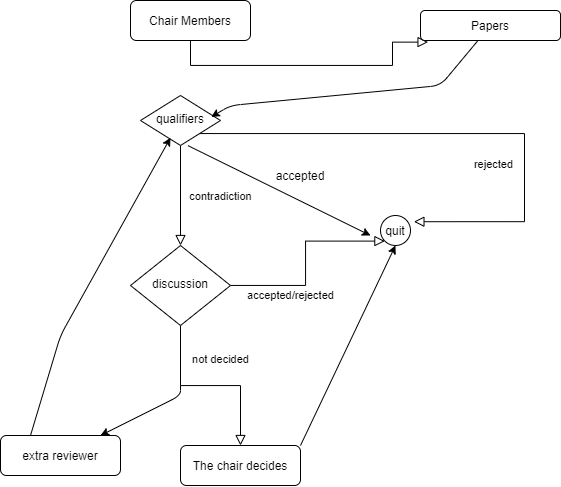
Before: doc/State machine diagrams/StateMachineDiagram_EvaluatePapers.png, a diagram exported from draw.io (IcerOut/RedSnakes). Source tidied: cells renumbered, new cells last; positions are measured from the earlier drawing's top-left corner, leaving out a move shared by most shapes. Source of this version:
```xml
<mxGraphModel>
  <root>
    <mxCell id="0" />
    <mxCell id="1" parent="0" />
    <mxCell id="2" style="rounded=0;html=1;jettySize=auto;fontSize=11;endArrow=block;endFill=0;endSize=8;strokeWidth=1;shadow=0;labelBackgroundColor=none;edgeStyle=orthogonalEdgeStyle;entryX=0.054;entryY=1.053;entryDx=0;entryDy=0;entryPerimeter=0;" parent="1" edge="1" source="3" target="11">
      <mxGeometry relative="1" as="geometry">
        <Array as="points">
          <mxPoint x="190" y="65" />
          <mxPoint x="392" y="65" />
        </Array>
      </mxGeometry>
    </mxCell>
    <mxCell id="3" value="Chair Members" style="rounded=1;whiteSpace=wrap;html=1;fontSize=12;glass=0;strokeWidth=1;shadow=0;" parent="1" vertex="1">
      <mxGeometry x="130" width="120" height="40" as="geometry" />
    </mxCell>
    <mxCell id="4" value="contradiction" style="rounded=0;html=1;jettySize=auto;fontSize=11;endArrow=block;endFill=0;endSize=8;strokeWidth=1;shadow=0;labelBackgroundColor=none;edgeStyle=orthogonalEdgeStyle;" parent="1" edge="1" source="6" target="9">
      <mxGeometry y="40" relative="1" as="geometry" />
    </mxCell>
    <mxCell id="5" value="rejected" style="edgeStyle=orthogonalEdgeStyle;rounded=0;html=1;jettySize=auto;fontSize=11;endArrow=block;endFill=0;endSize=8;strokeWidth=1;shadow=0;labelBackgroundColor=none;entryX=1.113;entryY=0.207;entryDx=0;entryDy=0;entryPerimeter=0;" parent="1" edge="1" source="6" target="14">
      <mxGeometry x="0.12" y="-30" relative="1" as="geometry">
        <Array as="points">
          <mxPoint x="524" y="133" />
          <mxPoint x="524" y="221" />
        </Array>
        <mxPoint y="1" as="offset" />
      </mxGeometry>
    </mxCell>
    <mxCell id="6" value="qualifiers" style="rhombus;whiteSpace=wrap;html=1;shadow=0;fontFamily=Helvetica;fontSize=12;align=center;strokeWidth=1;spacing=6;spacingTop=-4;" parent="1" vertex="1">
      <mxGeometry x="140" y="95" width="80" height="50" as="geometry" />
    </mxCell>
    <mxCell id="7" value="not decided" style="rounded=0;html=1;jettySize=auto;fontSize=11;endArrow=block;endFill=0;endSize=8;strokeWidth=1;shadow=0;labelBackgroundColor=none;edgeStyle=orthogonalEdgeStyle;" parent="1" edge="1" source="9" target="10">
      <mxGeometry x="-0.62" y="40" relative="1" as="geometry" />
    </mxCell>
    <mxCell id="8" value="accepted/rejected" style="edgeStyle=orthogonalEdgeStyle;rounded=0;html=1;jettySize=auto;fontSize=11;endArrow=block;endFill=0;endSize=8;strokeWidth=1;shadow=0;labelBackgroundColor=none;entryX=0;entryY=1;entryDx=0;entryDy=0;" parent="1" edge="1" source="9" target="14">
      <mxGeometry x="-0.4" y="-10" relative="1" as="geometry" />
    </mxCell>
    <mxCell id="9" value="discussion" style="rhombus;whiteSpace=wrap;html=1;shadow=0;fontFamily=Helvetica;fontSize=12;align=center;strokeWidth=1;spacing=6;spacingTop=-4;" parent="1" vertex="1">
      <mxGeometry x="130" y="245" width="100" height="80" as="geometry" />
    </mxCell>
    <mxCell id="10" value="The chair decides" style="rounded=1;whiteSpace=wrap;html=1;fontSize=12;glass=0;strokeWidth=1;shadow=0;" parent="1" vertex="1">
      <mxGeometry x="180" y="445" width="120" height="40" as="geometry" />
    </mxCell>
    <mxCell id="11" value="Papers" style="rounded=1;whiteSpace=wrap;html=1;" parent="1" vertex="1">
      <mxGeometry x="420" y="10" width="140" height="30" as="geometry" />
    </mxCell>
    <mxCell id="12" style="endArrow=classic;html=1;entryX=0.885;entryY=0.428;entryDx=0;entryDy=0;entryPerimeter=0;" parent="1" edge="1" source="11" target="6">
      <mxGeometry relative="1" as="geometry">
        <Array as="points">
          <mxPoint x="440" y="85" />
          <mxPoint x="230" y="105" />
        </Array>
      </mxGeometry>
    </mxCell>
    <mxCell id="13" style="endArrow=classic;html=1;exitX=0.595;exitY=1.004;exitDx=0;exitDy=0;exitPerimeter=0;" parent="1" edge="1" source="6">
      <mxGeometry relative="1" as="geometry">
        <mxPoint x="370" y="235" as="targetPoint" />
      </mxGeometry>
    </mxCell>
    <mxCell id="14" value="quit" style="ellipse;whiteSpace=wrap;html=1;" parent="1" vertex="1">
      <mxGeometry x="380" y="215" width="30" height="30" as="geometry" />
    </mxCell>
    <mxCell id="15" value="accepted" style="text;html=1;strokeColor=none;fillColor=none;align=center;verticalAlign=middle;whiteSpace=wrap;rounded=0;" parent="1" vertex="1">
      <mxGeometry x="280" y="165" width="40" height="20" as="geometry" />
    </mxCell>
    <mxCell id="16" style="endArrow=classic;html=1;exitX=1;exitY=0;exitDx=0;exitDy=0;entryX=0.5;entryY=1;entryDx=0;entryDy=0;" parent="1" edge="1" source="10" target="14">
      <mxGeometry relative="1" as="geometry" />
    </mxCell>
    <mxCell id="17" value="extra reviewer" style="rounded=1;whiteSpace=wrap;html=1;" parent="1" vertex="1">
      <mxGeometry y="435" width="120" height="40" as="geometry" />
    </mxCell>
    <mxCell id="18" style="endArrow=classic;html=1;" parent="1" edge="1" target="17">
      <mxGeometry relative="1" as="geometry">
        <mxPoint x="180" y="385" as="sourcePoint" />
        <Array as="points">
          <mxPoint x="180" y="395" />
        </Array>
      </mxGeometry>
    </mxCell>
    <mxCell id="19" style="endArrow=classic;html=1;exitX=0.25;exitY=0;exitDx=0;exitDy=0;entryX=0.375;entryY=0.844;entryDx=0;entryDy=0;entryPerimeter=0;" parent="1" edge="1" source="17" target="6">
      <mxGeometry relative="1" as="geometry">
        <Array as="points">
          <mxPoint x="60" y="335" />
        </Array>
      </mxGeometry>
    </mxCell>
  </root>
</mxGraphModel>
```
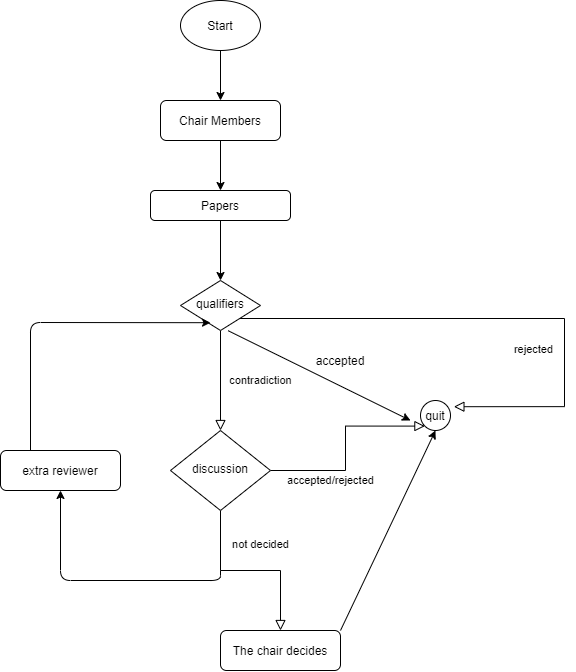
Later version of the same file.

Commit message:
modified state machine diagrams

The edit, as a diff of the source:
```diff
@@ -2,16 +2,8 @@
   <root>
     <mxCell id="0" />
     <mxCell id="1" parent="0" />
-    <mxCell id="2" style="rounded=0;html=1;jettySize=auto;fontSize=11;endArrow=block;endFill=0;endSize=8;strokeWidth=1;shadow=0;labelBackgroundColor=none;edgeStyle=orthogonalEdgeStyle;entryX=0.054;entryY=1.053;entryDx=0;entryDy=0;entryPerimeter=0;" parent="1" edge="1" source="3" target="11">
-      <mxGeometry relative="1" as="geometry">
-        <Array as="points">
-          <mxPoint x="190" y="65" />
-          <mxPoint x="392" y="65" />
-        </Array>
-      </mxGeometry>
-    </mxCell>
     <mxCell id="3" value="Chair Members" style="rounded=1;whiteSpace=wrap;html=1;fontSize=12;glass=0;strokeWidth=1;shadow=0;" parent="1" vertex="1">
-      <mxGeometry x="130" width="120" height="40" as="geometry" />
+      <mxGeometry x="120" y="-85" width="120" height="40" as="geometry" />
     </mxCell>
     <mxCell id="4" value="contradiction" style="rounded=0;html=1;jettySize=auto;fontSize=11;endArrow=block;endFill=0;endSize=8;strokeWidth=1;shadow=0;labelBackgroundColor=none;edgeStyle=orthogonalEdgeStyle;" parent="1" edge="1" source="6" target="9">
       <mxGeometry y="40" relative="1" as="geometry" />
@@ -41,16 +33,8 @@
       <mxGeometry x="180" y="445" width="120" height="40" as="geometry" />
     </mxCell>
     <mxCell id="11" value="Papers" style="rounded=1;whiteSpace=wrap;html=1;" parent="1" vertex="1">
-      <mxGeometry x="420" y="10" width="140" height="30" as="geometry" />
+      <mxGeometry x="110" y="5" width="140" height="30" as="geometry" />
     </mxCell>
-    <mxCell id="12" style="endArrow=classic;html=1;entryX=0.885;entryY=0.428;entryDx=0;entryDy=0;entryPerimeter=0;" parent="1" edge="1" source="11" target="6">
-      <mxGeometry relative="1" as="geometry">
-        <Array as="points">
-          <mxPoint x="440" y="85" />
-          <mxPoint x="230" y="105" />
-        </Array>
-      </mxGeometry>
-    </mxCell>
     <mxCell id="13" style="endArrow=classic;html=1;exitX=0.595;exitY=1.004;exitDx=0;exitDy=0;exitPerimeter=0;" parent="1" edge="1" source="6">
       <mxGeometry relative="1" as="geometry">
         <mxPoint x="370" y="235" as="targetPoint" />
@@ -66,22 +50,37 @@
       <mxGeometry relative="1" as="geometry" />
     </mxCell>
     <mxCell id="17" value="extra reviewer" style="rounded=1;whiteSpace=wrap;html=1;" parent="1" vertex="1">
-      <mxGeometry y="435" width="120" height="40" as="geometry" />
+      <mxGeometry x="-40" y="265" width="120" height="40" as="geometry" />
     </mxCell>
     <mxCell id="18" style="endArrow=classic;html=1;" parent="1" edge="1" target="17">
       <mxGeometry relative="1" as="geometry">
         <mxPoint x="180" y="385" as="sourcePoint" />
         <Array as="points">
           <mxPoint x="180" y="395" />
+          <mxPoint x="20" y="395" />
         </Array>
       </mxGeometry>
     </mxCell>
     <mxCell id="19" style="endArrow=classic;html=1;exitX=0.25;exitY=0;exitDx=0;exitDy=0;entryX=0.375;entryY=0.844;entryDx=0;entryDy=0;entryPerimeter=0;" parent="1" edge="1" source="17" target="6">
       <mxGeometry relative="1" as="geometry">
         <Array as="points">
-          <mxPoint x="60" y="335" />
+          <mxPoint x="-10" y="137" />
         </Array>
       </mxGeometry>
     </mxCell>
+    <mxCell id="20" style="endArrow=classic;html=1;exitX=0.5;exitY=1;exitDx=0;exitDy=0;" parent="1" edge="1" source="3">
+      <mxGeometry relative="1" as="geometry">
+        <mxPoint x="180" y="5" as="targetPoint" />
+      </mxGeometry>
+    </mxCell>
+    <mxCell id="12" style="endArrow=classic;html=1;exitX=0.5;exitY=1;exitDx=0;exitDy=0;entryX=0.5;entryY=0;entryDx=0;entryDy=0;" parent="1" edge="1" source="11" target="6">
+      <mxGeometry relative="1" as="geometry" />
+    </mxCell>
+    <mxCell id="21" value="Start" style="ellipse;whiteSpace=wrap;html=1;" parent="1" vertex="1">
+      <mxGeometry x="140" y="-185" width="80" height="50" as="geometry" />
+    </mxCell>
+    <mxCell id="22" style="endArrow=classic;html=1;exitX=0.5;exitY=1;exitDx=0;exitDy=0;entryX=0.5;entryY=0;entryDx=0;entryDy=0;" parent="1" edge="1" source="21" target="3">
+      <mxGeometry relative="1" as="geometry" />
+    </mxCell>
   </root>
 </mxGraphModel>
```
